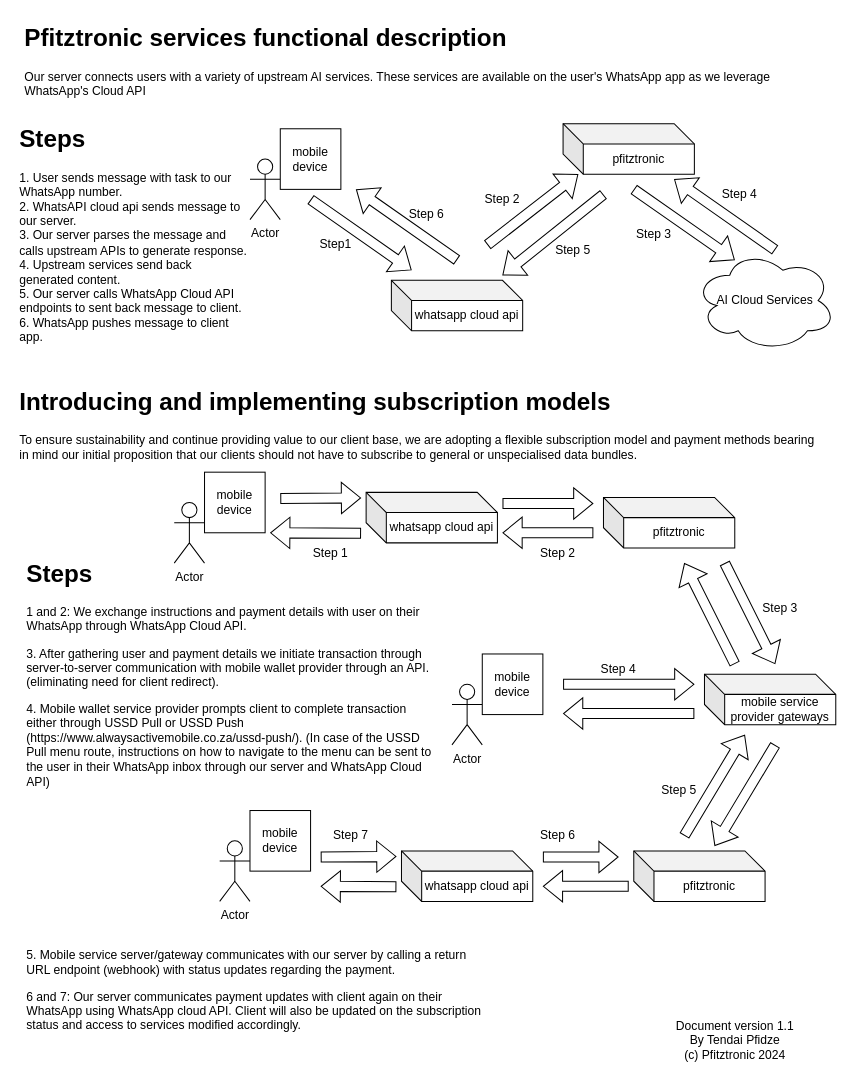
Above: payment-flowchart.drawio in pondem87/draw.io (draw.io), before the change. Source tidied: cells renumbered, new cells numbered last; positions are measured from the earlier drawing's top-left corner, leaving out a move shared by most shapes. Both pictures are drawn from the tidied source at 101%, with x=0, y=0 at pixel (17, 17).
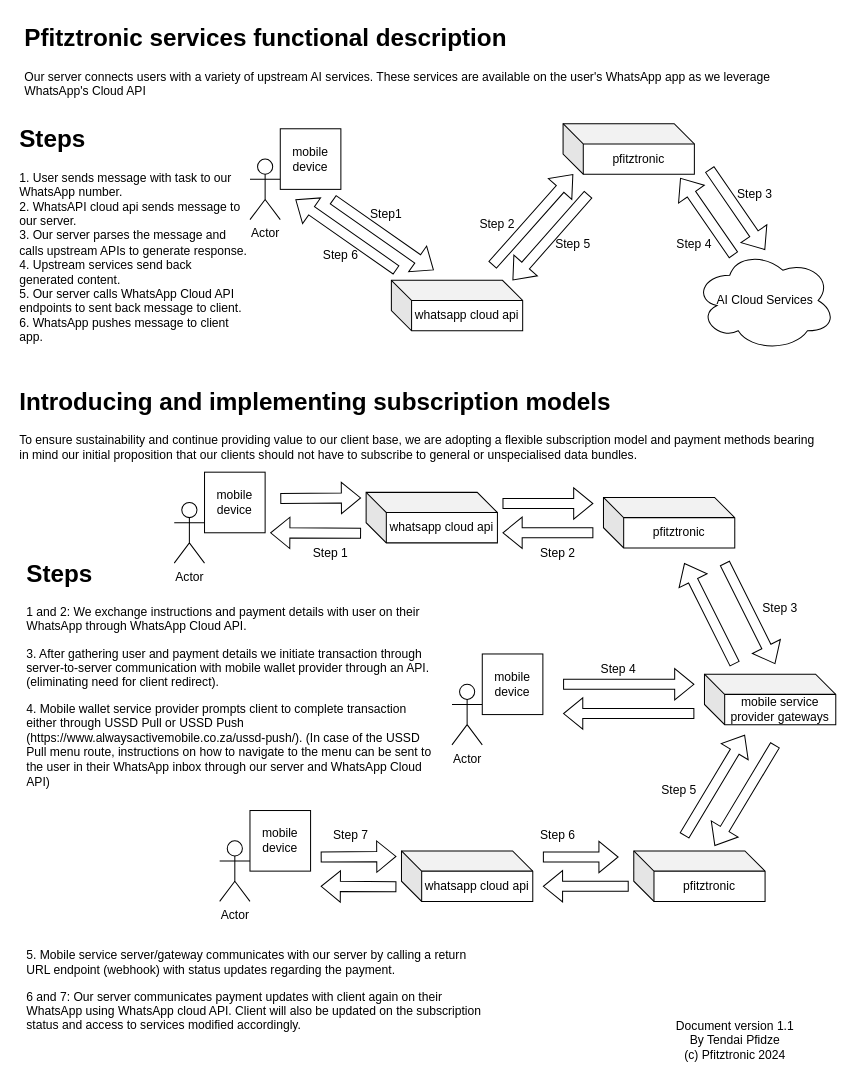
After the change.

The change refers to these unchanged cells:
```xml
<mxCell id="6" value="AI Cloud Services" style="ellipse;shape=cloud;whiteSpace=wrap;html=1;" parent="1" vertex="1">
  <mxGeometry x="670" y="230" width="140" height="100" as="geometry" />
</mxCell>
```

What changed in the source:
```diff
@@
     <mxCell id="7" style="shape=flexArrow;endArrow=classic;html=1;rounded=0;" parent="1" edge="1">
       <mxGeometry relative="1" as="geometry">
-        <mxPoint x="290" y="180" as="sourcePoint" />
-        <mxPoint x="390" y="250" as="targetPoint" />
+        <mxPoint x="312" y="180" as="sourcePoint" />
+        <mxPoint x="412" y="250" as="targetPoint" />
       </mxGeometry>
     </mxCell>
     <mxCell id="8" style="shape=flexArrow;endArrow=classic;html=1;rounded=0;" parent="1" edge="1">
       <mxGeometry relative="1" as="geometry">
-        <mxPoint x="435" y="240" as="sourcePoint" />
-        <mxPoint x="335" y="170" as="targetPoint" />
+        <mxPoint x="375" y="250" as="sourcePoint" />
+        <mxPoint x="275" y="180" as="targetPoint" />
       </mxGeometry>
     </mxCell>
     <mxCell id="9" style="shape=flexArrow;endArrow=classic;html=1;rounded=0;" parent="1" edge="1">
       <mxGeometry relative="1" as="geometry">
-        <mxPoint x="465" y="225" as="sourcePoint" />
-        <mxPoint x="555" y="155" as="targetPoint" />
+        <mxPoint x="470" y="245" as="sourcePoint" />
+        <mxPoint x="550" y="155" as="targetPoint" />
       </mxGeometry>
     </mxCell>
-    <mxCell id="10" style="shape=flexArrow;endArrow=classic;html=1;rounded=0;entryX=1;entryY=1;entryDx=0;entryDy=0;entryPerimeter=0;" parent="1" edge="1">
+    <mxCell id="10" style="shape=flexArrow;endArrow=classic;html=1;rounded=0;" parent="1" edge="1">
       <mxGeometry relative="1" as="geometry">
-        <mxPoint x="580" y="175" as="sourcePoint" />
-        <mxPoint x="480" y="255" as="targetPoint" />
+        <mxPoint x="565" y="175" as="sourcePoint" />
+        <mxPoint x="490" y="260" as="targetPoint" />
       </mxGeometry>
     </mxCell>
-    <mxCell id="11" style="shape=flexArrow;endArrow=classic;html=1;rounded=0;" parent="1" edge="1">
+    <mxCell id="11" style="shape=flexArrow;endArrow=classic;html=1;rounded=0;" parent="1" edge="1" source="6">
       <mxGeometry relative="1" as="geometry">
-        <mxPoint x="750" y="230" as="sourcePoint" />
-        <mxPoint x="650" y="160" as="targetPoint" />
+        <mxPoint x="656" y="158.7" as="targetPoint" />
       </mxGeometry>
     </mxCell>
     <mxCell id="12" style="shape=flexArrow;endArrow=classic;html=1;rounded=0;" parent="1" edge="1">
       <mxGeometry relative="1" as="geometry">
-        <mxPoint x="610" y="170" as="sourcePoint" />
-        <mxPoint x="710" y="240" as="targetPoint" />
+        <mxPoint x="685" y="150" as="sourcePoint" />
+        <mxPoint x="740" y="230" as="targetPoint" />
       </mxGeometry>
     </mxCell>
@@
     <mxCell id="39" value="Step 2" style="text;html=1;align=center;verticalAlign=middle;whiteSpace=wrap;rounded=0;" parent="1" vertex="1">
-      <mxGeometry x="450" y="165" width="60" height="30" as="geometry" />
+      <mxGeometry x="445" y="190" width="60" height="30" as="geometry" />
     </mxCell>
     <mxCell id="40" value="Step1" style="text;html=1;align=center;verticalAlign=middle;whiteSpace=wrap;rounded=0;" parent="1" vertex="1">
-      <mxGeometry x="285" y="210" width="60" height="30" as="geometry" />
+      <mxGeometry x="335" y="180" width="60" height="30" as="geometry" />
     </mxCell>
     <mxCell id="41" value="Step 3" style="text;html=1;align=center;verticalAlign=middle;whiteSpace=wrap;rounded=0;" parent="1" vertex="1">
-      <mxGeometry x="600" y="200" width="60" height="30" as="geometry" />
+      <mxGeometry x="700" y="160" width="60" height="30" as="geometry" />
     </mxCell>
     <mxCell id="42" value="Step 6" style="text;html=1;align=center;verticalAlign=middle;whiteSpace=wrap;rounded=0;" parent="1" vertex="1">
-      <mxGeometry x="375" y="180" width="60" height="30" as="geometry" />
+      <mxGeometry x="290" y="220" width="60" height="30" as="geometry" />
     </mxCell>
     <mxCell id="43" value="Step 4" style="text;html=1;align=center;verticalAlign=middle;whiteSpace=wrap;rounded=0;" parent="1" vertex="1">
-      <mxGeometry x="685" y="160" width="60" height="30" as="geometry" />
+      <mxGeometry x="640" y="210" width="60" height="30" as="geometry" />
     </mxCell>
     <mxCell id="44" value="Step 5" style="text;html=1;align=center;verticalAlign=middle;whiteSpace=wrap;rounded=0;" parent="1" vertex="1">
-      <mxGeometry x="520" y="215" width="60" height="30" as="geometry" />
+      <mxGeometry x="520" y="210" width="60" height="30" as="geometry" />
     </mxCell>
```
